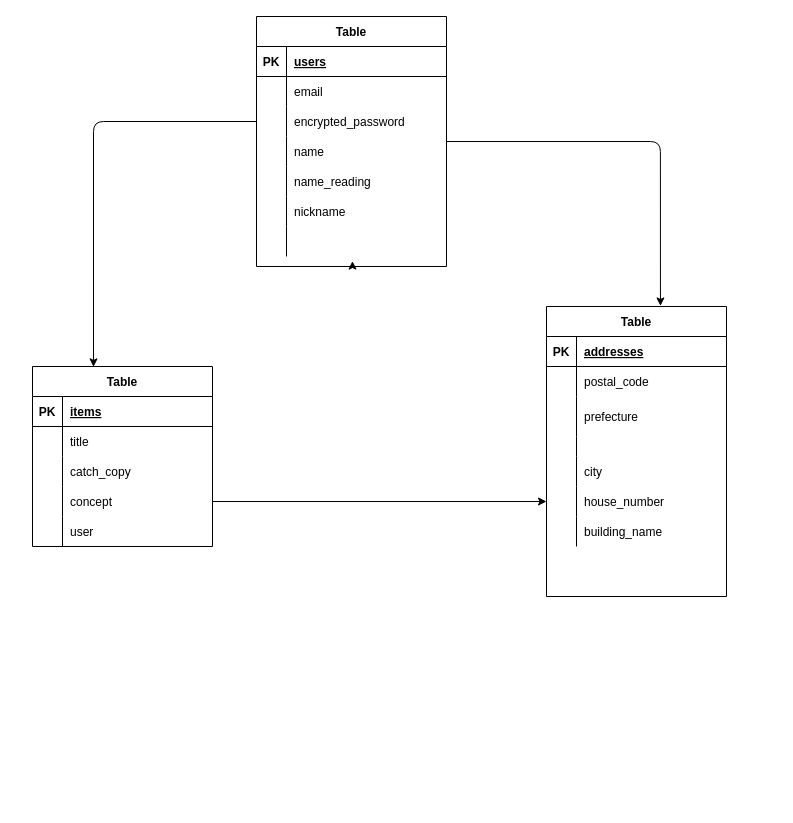
Earlier version of the draw.io diagram furima-35007.dio (Tatsuki5179/furima-35007). Source tidied: cells renumbered, new cells numbered last; positions are measured from the earlier drawing's top-left corner, leaving out a move shared by most shapes. Both pictures are drawn from the tidied source at 100%, with x=0, y=0 at pixel (32, 16).
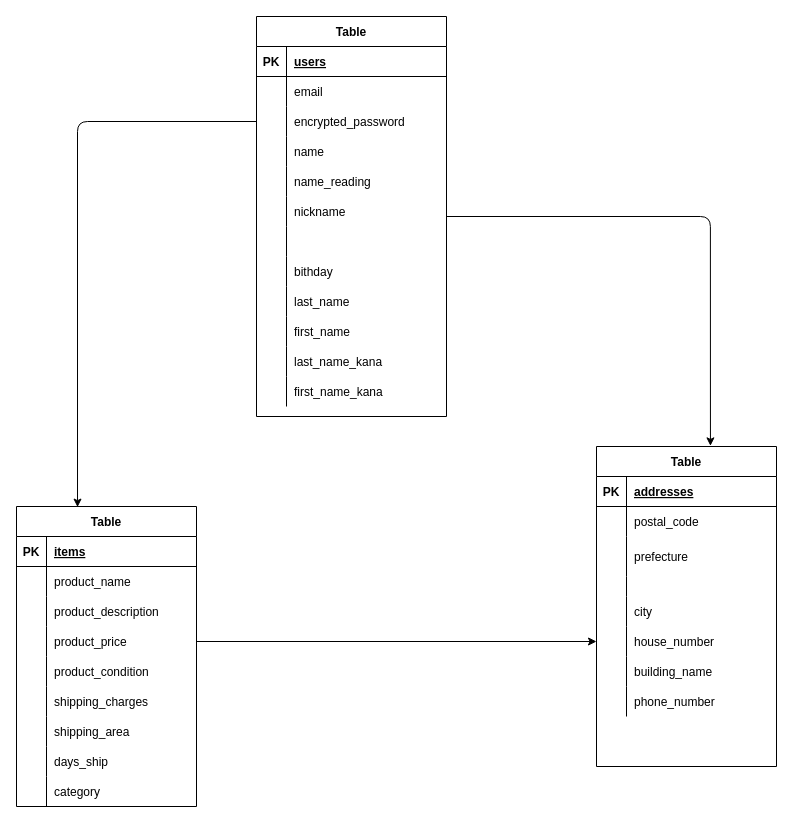
The same diagram, later.

Unchanged cells that the change refers to:
```xml
<mxCell id="6" style="shape=partialRectangle;fillColor=none;top=0;left=0;bottom=0;right=0;" parent="2" vertex="1">
  <mxGeometry y="60" width="180" height="30" as="geometry" />
</mxCell>
<mxCell id="9" style="shape=partialRectangle;fillColor=none;top=0;left=0;bottom=0;right=0;" parent="2" vertex="1">
  <mxGeometry y="90" width="180" height="30" as="geometry" />
</mxCell>
<mxCell id="12" style="shape=partialRectangle;fillColor=none;top=0;left=0;bottom=0;right=0;points=[[0,0.5],[1,0.5]];portConstraint=eastwest;" parent="2" vertex="1">
  <mxGeometry y="120" width="180" height="30" as="geometry" />
</mxCell>
<mxCell id="15" style="shape=partialRectangle;fillColor=none;top=0;left=0;bottom=0;right=0;" parent="2" vertex="1">
  <mxGeometry y="150" width="180" height="30" as="geometry" />
</mxCell>
<mxCell id="60" style="shape=partialRectangle;fillColor=none;top=0;left=0;bottom=0;right=0;points=[[0,0.5],[1,0.5]];portConstraint=eastwest;" parent="41" vertex="1">
  <mxGeometry y="210" width="190" height="30" as="geometry" />
</mxCell>
```

The edit, as a diff of the source:
```diff
@@
     <mxCell id="2" value="Table" style="shape=table;startSize=30;childLayout=tableLayout;rowLines=0;fontStyle=1;align=center;rounded=0;sketch=0;" parent="1" vertex="1">
-      <mxGeometry y="350" width="180" height="180" as="geometry" />
+      <mxGeometry x="-16" y="490" width="180" height="300" as="geometry" />
     </mxCell>
@@
-    <mxCell id="8" value="title" style="shape=partialRectangle;fillColor=none;top=0;left=0;bottom=0;right=0;align=left;spacingLeft=6;overflow=hidden;" parent="6" vertex="1">
+    <mxCell id="8" value="product_name" style="shape=partialRectangle;fillColor=none;top=0;left=0;bottom=0;right=0;align=left;spacingLeft=6;overflow=hidden;" parent="6" vertex="1">
       <mxGeometry x="30" width="150" height="30" as="geometry" />
     </mxCell>
@@
-    <mxCell id="11" value="catch_copy" style="shape=partialRectangle;fillColor=none;top=0;left=0;bottom=0;right=0;align=left;spacingLeft=6;overflow=hidden;" parent="9" vertex="1">
+    <mxCell id="11" value="product_description" style="shape=partialRectangle;fillColor=none;top=0;left=0;bottom=0;right=0;align=left;spacingLeft=6;overflow=hidden;" parent="9" vertex="1">
       <mxGeometry x="30" width="150" height="30" as="geometry" />
     </mxCell>
@@
-    <mxCell id="14" value="concept" style="shape=partialRectangle;fillColor=none;top=0;left=0;bottom=0;right=0;align=left;spacingLeft=6;overflow=hidden;" parent="12" vertex="1">
+    <mxCell id="14" value="product_price" style="shape=partialRectangle;fillColor=none;top=0;left=0;bottom=0;right=0;align=left;spacingLeft=6;overflow=hidden;" parent="12" vertex="1">
       <mxGeometry x="30" width="150" height="30" as="geometry" />
     </mxCell>
@@
-    <mxCell id="17" value="user" style="shape=partialRectangle;fillColor=none;top=0;left=0;bottom=0;right=0;align=left;spacingLeft=6;overflow=hidden;" parent="15" vertex="1">
+    <mxCell id="17" value="product_condition" style="shape=partialRectangle;fillColor=none;top=0;left=0;bottom=0;right=0;align=left;spacingLeft=6;overflow=hidden;" parent="15" vertex="1">
       <mxGeometry x="30" width="150" height="30" as="geometry" />
     </mxCell>
+    <mxCell id="66" style="shape=partialRectangle;fillColor=none;top=0;left=0;bottom=0;right=0;" parent="2" vertex="1">
+      <mxGeometry y="180" width="180" height="30" as="geometry" />
+    </mxCell>
+    <mxCell id="67" style="shape=partialRectangle;fillColor=none;top=0;left=0;bottom=0;right=0;overflow=hidden;" parent="66" vertex="1">
+      <mxGeometry width="30" height="30" as="geometry" />
+    </mxCell>
+    <mxCell id="68" value="shipping_charges" style="shape=partialRectangle;fillColor=none;top=0;left=0;bottom=0;right=0;align=left;spacingLeft=6;overflow=hidden;" parent="66" vertex="1">
+      <mxGeometry x="30" width="150" height="30" as="geometry" />
+    </mxCell>
+    <mxCell id="69" style="shape=partialRectangle;fillColor=none;top=0;left=0;bottom=0;right=0;" parent="2" vertex="1">
+      <mxGeometry y="210" width="180" height="30" as="geometry" />
+    </mxCell>
+    <mxCell id="70" style="shape=partialRectangle;fillColor=none;top=0;left=0;bottom=0;right=0;overflow=hidden;" parent="69" vertex="1">
+      <mxGeometry width="30" height="30" as="geometry" />
+    </mxCell>
+    <mxCell id="71" value="shipping_area" style="shape=partialRectangle;fillColor=none;top=0;left=0;bottom=0;right=0;align=left;spacingLeft=6;overflow=hidden;" parent="69" vertex="1">
+      <mxGeometry x="30" width="150" height="30" as="geometry" />
+    </mxCell>
+    <mxCell id="72" style="shape=partialRectangle;fillColor=none;top=0;left=0;bottom=0;right=0;" parent="2" vertex="1">
+      <mxGeometry y="240" width="180" height="30" as="geometry" />
+    </mxCell>
+    <mxCell id="73" style="shape=partialRectangle;fillColor=none;top=0;left=0;bottom=0;right=0;overflow=hidden;" parent="72" vertex="1">
+      <mxGeometry width="30" height="30" as="geometry" />
+    </mxCell>
+    <mxCell id="74" value="days_ship" style="shape=partialRectangle;fillColor=none;top=0;left=0;bottom=0;right=0;align=left;spacingLeft=6;overflow=hidden;" parent="72" vertex="1">
+      <mxGeometry x="30" width="150" height="30" as="geometry" />
+    </mxCell>
+    <mxCell id="75" style="shape=partialRectangle;fillColor=none;top=0;left=0;bottom=0;right=0;" parent="2" vertex="1">
+      <mxGeometry y="270" width="180" height="30" as="geometry" />
+    </mxCell>
+    <mxCell id="76" style="shape=partialRectangle;fillColor=none;top=0;left=0;bottom=0;right=0;overflow=hidden;" parent="75" vertex="1">
+      <mxGeometry width="30" height="30" as="geometry" />
+    </mxCell>
+    <mxCell id="77" value="category" style="shape=partialRectangle;fillColor=none;top=0;left=0;bottom=0;right=0;align=left;spacingLeft=6;overflow=hidden;" parent="75" vertex="1">
+      <mxGeometry x="30" width="150" height="30" as="geometry" />
+    </mxCell>
     <mxCell id="18" value="Table" style="shape=table;startSize=30;childLayout=tableLayout;rowLines=0;fontStyle=1;align=center;rounded=0;sketch=0;" parent="1" vertex="1">
-      <mxGeometry x="514" y="290" width="180" height="290" as="geometry" />
+      <mxGeometry x="564" y="430" width="180" height="320" as="geometry" />
     </mxCell>
@@
+    <mxCell id="78" style="shape=partialRectangle;fillColor=none;top=0;left=0;bottom=0;right=0;" parent="18" vertex="1">
+      <mxGeometry y="240" width="180" height="30" as="geometry" />
+    </mxCell>
+    <mxCell id="79" style="shape=partialRectangle;fillColor=none;top=0;left=0;bottom=0;right=0;overflow=hidden;" parent="78" vertex="1">
+      <mxGeometry width="30" height="30" as="geometry" />
+    </mxCell>
+    <mxCell id="80" value="phone_number" style="shape=partialRectangle;fillColor=none;top=0;left=0;bottom=0;right=0;align=left;spacingLeft=6;overflow=hidden;" parent="78" vertex="1">
+      <mxGeometry x="30" width="150" height="30" as="geometry" />
+    </mxCell>
@@
     <mxCell id="41" value="Table" style="shape=table;startSize=30;childLayout=tableLayout;rowLines=0;fontStyle=1;align=center;rounded=0;sketch=0;" parent="1" vertex="1">
-      <mxGeometry x="224" width="190" height="250" as="geometry" />
+      <mxGeometry x="224" width="190" height="400" as="geometry" />
     </mxCell>
@@
-    <mxCell id="63" style="edgeStyle=orthogonalEdgeStyle;curved=0;rounded=1;sketch=0;jettySize=auto;html=1;exitX=0.5;exitY=1;exitDx=0;exitDy=0;entryX=0.505;entryY=1.153;entryDx=0;entryDy=0;entryPerimeter=0;" parent="41" edge="1" source="41" target="60">
-      <mxGeometry relative="1" as="geometry" />
-    </mxCell>
+    <mxCell id="81" style="shape=partialRectangle;fillColor=none;top=0;left=0;bottom=0;right=0;" parent="41" vertex="1">
+      <mxGeometry y="240" width="190" height="30" as="geometry" />
+    </mxCell>
+    <mxCell id="82" style="shape=partialRectangle;fillColor=none;top=0;left=0;bottom=0;right=0;overflow=hidden;" parent="81" vertex="1">
+      <mxGeometry width="30" height="30" as="geometry" />
+    </mxCell>
+    <mxCell id="83" value="bithday" style="shape=partialRectangle;fillColor=none;top=0;left=0;bottom=0;right=0;align=left;spacingLeft=6;overflow=hidden;" parent="81" vertex="1">
+      <mxGeometry x="30" width="160" height="30" as="geometry" />
+    </mxCell>
+    <mxCell id="84" style="shape=partialRectangle;fillColor=none;top=0;left=0;bottom=0;right=0;" parent="41" vertex="1">
+      <mxGeometry y="270" width="190" height="30" as="geometry" />
+    </mxCell>
+    <mxCell id="85" style="shape=partialRectangle;fillColor=none;top=0;left=0;bottom=0;right=0;overflow=hidden;" parent="84" vertex="1">
+      <mxGeometry width="30" height="30" as="geometry" />
+    </mxCell>
+    <mxCell id="86" value="last_name" style="shape=partialRectangle;fillColor=none;top=0;left=0;bottom=0;right=0;align=left;spacingLeft=6;overflow=hidden;" parent="84" vertex="1">
+      <mxGeometry x="30" width="160" height="30" as="geometry" />
+    </mxCell>
+    <mxCell id="87" style="shape=partialRectangle;fillColor=none;top=0;left=0;bottom=0;right=0;" parent="41" vertex="1">
+      <mxGeometry y="300" width="190" height="30" as="geometry" />
+    </mxCell>
+    <mxCell id="88" style="shape=partialRectangle;fillColor=none;top=0;left=0;bottom=0;right=0;overflow=hidden;" parent="87" vertex="1">
+      <mxGeometry width="30" height="30" as="geometry" />
+    </mxCell>
+    <mxCell id="89" value="first_name" style="shape=partialRectangle;fillColor=none;top=0;left=0;bottom=0;right=0;align=left;spacingLeft=6;overflow=hidden;" parent="87" vertex="1">
+      <mxGeometry x="30" width="160" height="30" as="geometry" />
+    </mxCell>
+    <mxCell id="90" style="shape=partialRectangle;fillColor=none;top=0;left=0;bottom=0;right=0;" parent="41" vertex="1">
+      <mxGeometry y="330" width="190" height="30" as="geometry" />
+    </mxCell>
+    <mxCell id="91" style="shape=partialRectangle;fillColor=none;top=0;left=0;bottom=0;right=0;overflow=hidden;" parent="90" vertex="1">
+      <mxGeometry width="30" height="30" as="geometry" />
+    </mxCell>
+    <mxCell id="92" value="last_name_kana" style="shape=partialRectangle;fillColor=none;top=0;left=0;bottom=0;right=0;align=left;spacingLeft=6;overflow=hidden;" parent="90" vertex="1">
+      <mxGeometry x="30" width="160" height="30" as="geometry" />
+    </mxCell>
+    <mxCell id="93" style="shape=partialRectangle;fillColor=none;top=0;left=0;bottom=0;right=0;" parent="41" vertex="1">
+      <mxGeometry y="360" width="190" height="30" as="geometry" />
+    </mxCell>
+    <mxCell id="94" style="shape=partialRectangle;fillColor=none;top=0;left=0;bottom=0;right=0;overflow=hidden;" parent="93" vertex="1">
+      <mxGeometry width="30" height="30" as="geometry" />
+    </mxCell>
+    <mxCell id="95" value="first_name_kana" style="shape=partialRectangle;fillColor=none;top=0;left=0;bottom=0;right=0;align=left;spacingLeft=6;overflow=hidden;" parent="93" vertex="1">
+      <mxGeometry x="30" width="160" height="30" as="geometry" />
+    </mxCell>
```
